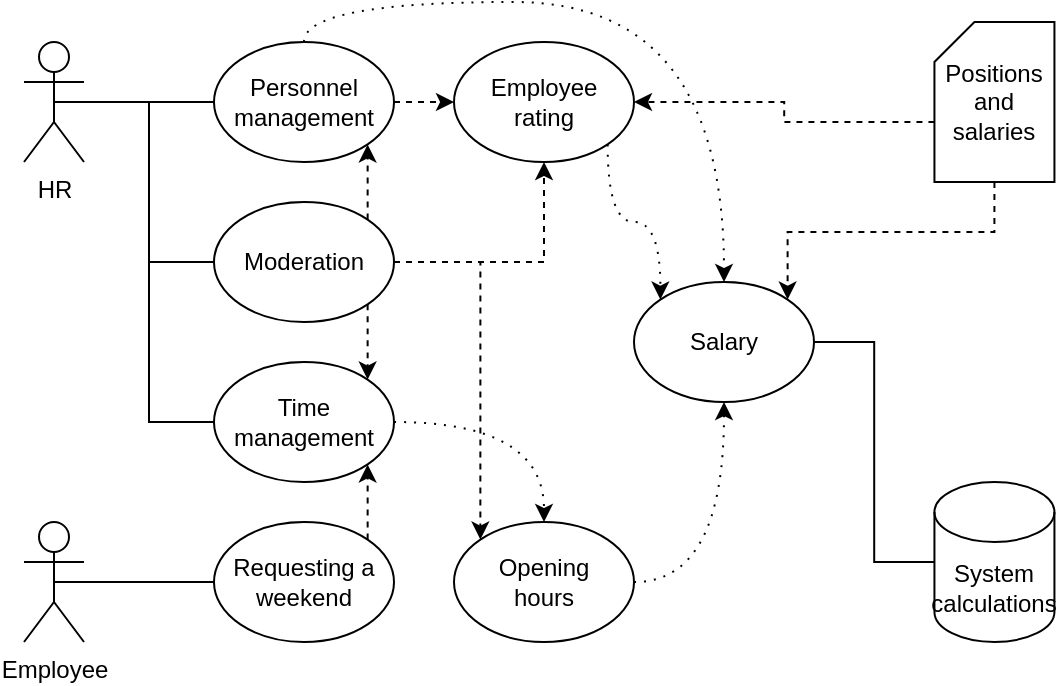
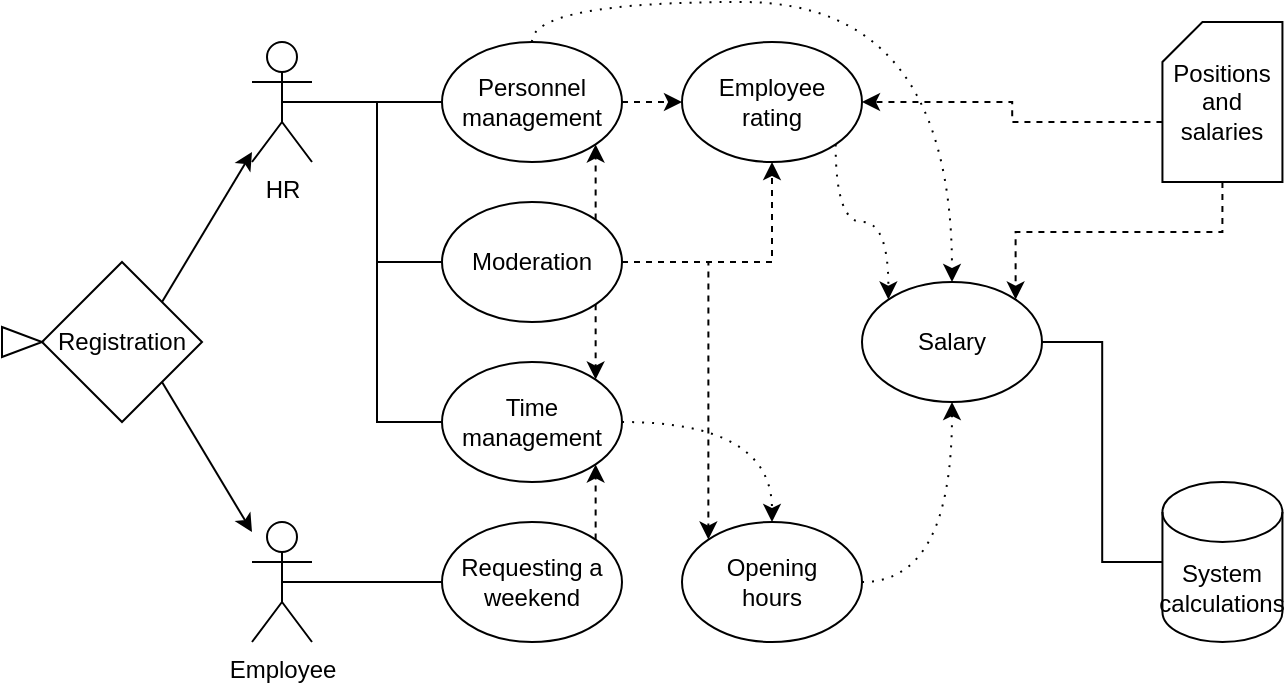
<mxfile host="app.diagrams.net">
  <diagram name="Страница-1" id="4PorLWuK8ms9UQ5BCzpe">
    <mxGraphModel dx="2034" dy="1131" grid="1" gridSize="10" guides="1" tooltips="1" connect="1" arrows="1" fold="1" page="1" pageScale="1" pageWidth="827" pageHeight="1169" math="0" shadow="0">
      <root>
        <mxCell id="0" />
        <mxCell id="1" parent="0" />
        <mxCell id="oMEOc6HIaAlqvmJyePlO-19" edge="1" parent="1" source="jfDDwJbVVPMw_e9_QkqK-4" style="edgeStyle=orthogonalEdgeStyle;rounded=0;orthogonalLoop=1;jettySize=auto;html=1;exitX=0;exitY=0.5;exitDx=0;exitDy=0;exitPerimeter=0;entryX=1;entryY=0.5;entryDx=0;entryDy=0;endArrow=none;endFill=0;" target="jfDDwJbVVPMw_e9_QkqK-87">
          <mxGeometry relative="1" as="geometry" />
        </mxCell>
        <mxCell id="jfDDwJbVVPMw_e9_QkqK-4" parent="1" style="shape=cylinder3;whiteSpace=wrap;html=1;boundedLbl=1;backgroundOutline=1;size=15;" value="System calculations" vertex="1">
          <mxGeometry height="80" width="60" x="640.22" y="360" as="geometry" />
        </mxCell>
        <mxCell id="oMEOc6HIaAlqvmJyePlO-85" edge="1" parent="1" source="jfDDwJbVVPMw_e9_QkqK-5" style="edgeStyle=orthogonalEdgeStyle;rounded=0;orthogonalLoop=1;jettySize=auto;html=1;exitX=0;exitY=0;exitDx=0;exitDy=50;exitPerimeter=0;entryX=1;entryY=0.5;entryDx=0;entryDy=0;dashed=1;" target="jfDDwJbVVPMw_e9_QkqK-85">
          <mxGeometry relative="1" as="geometry" />
        </mxCell>
        <mxCell id="oMEOc6HIaAlqvmJyePlO-86" edge="1" parent="1" source="jfDDwJbVVPMw_e9_QkqK-5" style="edgeStyle=orthogonalEdgeStyle;rounded=0;orthogonalLoop=1;jettySize=auto;html=1;exitX=0.5;exitY=1;exitDx=0;exitDy=0;exitPerimeter=0;entryX=1;entryY=0;entryDx=0;entryDy=0;dashed=1;" target="jfDDwJbVVPMw_e9_QkqK-87">
          <mxGeometry relative="1" as="geometry" />
        </mxCell>
        <mxCell id="jfDDwJbVVPMw_e9_QkqK-5" parent="1" style="shape=card;whiteSpace=wrap;html=1;size=20;" value="Positions and salaries" vertex="1">
          <mxGeometry height="80" width="60" x="640.22" y="130" as="geometry" />
        </mxCell>
        <mxCell id="oMEOc6HIaAlqvmJyePlO-22" edge="1" parent="1" source="jfDDwJbVVPMw_e9_QkqK-49" style="edgeStyle=orthogonalEdgeStyle;rounded=0;orthogonalLoop=1;jettySize=auto;html=1;exitX=1;exitY=0.5;exitDx=0;exitDy=0;entryX=0;entryY=0.5;entryDx=0;entryDy=0;dashed=1;" target="jfDDwJbVVPMw_e9_QkqK-85">
          <mxGeometry relative="1" as="geometry" />
        </mxCell>
        <mxCell id="oMEOc6HIaAlqvmJyePlO-88" edge="1" parent="1" source="jfDDwJbVVPMw_e9_QkqK-49" style="edgeStyle=orthogonalEdgeStyle;rounded=0;orthogonalLoop=1;jettySize=auto;html=1;exitX=0.5;exitY=0;exitDx=0;exitDy=0;entryX=0.5;entryY=0;entryDx=0;entryDy=0;dashed=1;dashPattern=1 4;curved=1;" target="jfDDwJbVVPMw_e9_QkqK-87">
          <mxGeometry relative="1" as="geometry" />
        </mxCell>
        <mxCell id="jfDDwJbVVPMw_e9_QkqK-49" parent="1" style="ellipse;whiteSpace=wrap;html=1;" value="Personnel management" vertex="1">
          <mxGeometry height="60" width="90" x="280" y="140" as="geometry" />
        </mxCell>
        <mxCell id="oMEOc6HIaAlqvmJyePlO-11" edge="1" parent="1" source="jfDDwJbVVPMw_e9_QkqK-61" style="edgeStyle=orthogonalEdgeStyle;rounded=0;orthogonalLoop=1;jettySize=auto;html=1;exitX=1;exitY=0;exitDx=0;exitDy=0;entryX=1;entryY=1;entryDx=0;entryDy=0;dashed=1;" target="jfDDwJbVVPMw_e9_QkqK-78">
          <mxGeometry relative="1" as="geometry" />
        </mxCell>
        <mxCell id="jfDDwJbVVPMw_e9_QkqK-61" parent="1" style="ellipse;whiteSpace=wrap;html=1;" value="Requesting a weekend" vertex="1">
          <mxGeometry height="60" width="90" x="280" y="380" as="geometry" />
        </mxCell>
        <mxCell id="oMEOc6HIaAlqvmJyePlO-12" edge="1" parent="1" source="jfDDwJbVVPMw_e9_QkqK-62" style="edgeStyle=orthogonalEdgeStyle;rounded=0;orthogonalLoop=1;jettySize=auto;html=1;exitX=1;exitY=1;exitDx=0;exitDy=0;entryX=1;entryY=0;entryDx=0;entryDy=0;curved=1;dashed=1;" target="jfDDwJbVVPMw_e9_QkqK-78">
          <mxGeometry relative="1" as="geometry" />
        </mxCell>
        <mxCell id="oMEOc6HIaAlqvmJyePlO-14" edge="1" parent="1" source="jfDDwJbVVPMw_e9_QkqK-62" style="edgeStyle=orthogonalEdgeStyle;rounded=0;orthogonalLoop=1;jettySize=auto;html=1;exitX=1;exitY=0;exitDx=0;exitDy=0;entryX=1;entryY=1;entryDx=0;entryDy=0;dashed=1;" target="jfDDwJbVVPMw_e9_QkqK-49">
          <mxGeometry relative="1" as="geometry" />
        </mxCell>
        <mxCell id="oMEOc6HIaAlqvmJyePlO-80" edge="1" parent="1" source="jfDDwJbVVPMw_e9_QkqK-62" style="edgeStyle=orthogonalEdgeStyle;rounded=0;orthogonalLoop=1;jettySize=auto;html=1;exitX=1;exitY=0.5;exitDx=0;exitDy=0;entryX=0.5;entryY=1;entryDx=0;entryDy=0;dashed=1;" target="jfDDwJbVVPMw_e9_QkqK-85">
          <mxGeometry relative="1" as="geometry" />
        </mxCell>
        <mxCell id="oMEOc6HIaAlqvmJyePlO-81" edge="1" parent="1" source="jfDDwJbVVPMw_e9_QkqK-62" style="edgeStyle=orthogonalEdgeStyle;rounded=0;orthogonalLoop=1;jettySize=auto;html=1;exitX=1;exitY=0.5;exitDx=0;exitDy=0;entryX=0;entryY=0;entryDx=0;entryDy=0;dashed=1;" target="jfDDwJbVVPMw_e9_QkqK-88">
          <mxGeometry relative="1" as="geometry" />
        </mxCell>
        <mxCell id="jfDDwJbVVPMw_e9_QkqK-62" parent="1" style="ellipse;whiteSpace=wrap;html=1;" value="Moderation" vertex="1">
          <mxGeometry height="60" width="90" x="280" y="220" as="geometry" />
        </mxCell>
        <mxCell id="oMEOc6HIaAlqvmJyePlO-16" edge="1" parent="1" source="jfDDwJbVVPMw_e9_QkqK-1" style="edgeStyle=orthogonalEdgeStyle;rounded=0;orthogonalLoop=1;jettySize=auto;html=1;exitX=0.5;exitY=0.5;exitDx=0;exitDy=0;exitPerimeter=0;entryX=0;entryY=0.5;entryDx=0;entryDy=0;endArrow=none;endFill=0;" target="jfDDwJbVVPMw_e9_QkqK-49">
          <mxGeometry relative="1" as="geometry" />
        </mxCell>
        <mxCell id="oMEOc6HIaAlqvmJyePlO-17" edge="1" parent="1" source="jfDDwJbVVPMw_e9_QkqK-1" style="edgeStyle=orthogonalEdgeStyle;rounded=0;orthogonalLoop=1;jettySize=auto;html=1;exitX=0.5;exitY=0.5;exitDx=0;exitDy=0;exitPerimeter=0;entryX=0;entryY=0.5;entryDx=0;entryDy=0;endArrow=none;endFill=0;" target="jfDDwJbVVPMw_e9_QkqK-62">
          <mxGeometry relative="1" as="geometry" />
        </mxCell>
        <mxCell id="oMEOc6HIaAlqvmJyePlO-18" edge="1" parent="1" source="jfDDwJbVVPMw_e9_QkqK-1" style="edgeStyle=orthogonalEdgeStyle;rounded=0;orthogonalLoop=1;jettySize=auto;html=1;exitX=0.5;exitY=0.5;exitDx=0;exitDy=0;exitPerimeter=0;entryX=0;entryY=0.5;entryDx=0;entryDy=0;endArrow=none;endFill=0;" target="jfDDwJbVVPMw_e9_QkqK-78">
          <mxGeometry relative="1" as="geometry" />
        </mxCell>
        <mxCell id="jfDDwJbVVPMw_e9_QkqK-1" parent="1" style="shape=umlActor;verticalLabelPosition=bottom;verticalAlign=top;html=1;outlineConnect=0;" value="HR" vertex="1">
          <mxGeometry height="60" width="30" x="185" y="140" as="geometry" />
        </mxCell>
        <mxCell id="oMEOc6HIaAlqvmJyePlO-15" edge="1" parent="1" source="jfDDwJbVVPMw_e9_QkqK-2" style="edgeStyle=orthogonalEdgeStyle;rounded=0;orthogonalLoop=1;jettySize=auto;html=1;exitX=0.5;exitY=0.5;exitDx=0;exitDy=0;exitPerimeter=0;entryX=0;entryY=0.5;entryDx=0;entryDy=0;endArrow=none;endFill=0;" target="jfDDwJbVVPMw_e9_QkqK-61">
          <mxGeometry relative="1" as="geometry" />
        </mxCell>
        <mxCell id="jfDDwJbVVPMw_e9_QkqK-2" parent="1" style="shape=umlActor;verticalLabelPosition=bottom;verticalAlign=top;html=1;outlineConnect=0;" value="Employee" vertex="1">
          <mxGeometry height="60" width="30" x="185" y="380" as="geometry" />
        </mxCell>
        <mxCell id="oMEOc6HIaAlqvmJyePlO-6" edge="1" parent="1" source="jfDDwJbVVPMw_e9_QkqK-78" style="edgeStyle=orthogonalEdgeStyle;rounded=0;orthogonalLoop=1;jettySize=auto;html=1;exitX=1;exitY=0.5;exitDx=0;exitDy=0;entryX=0.5;entryY=0;entryDx=0;entryDy=0;dashed=1;dashPattern=1 4;curved=1;" target="jfDDwJbVVPMw_e9_QkqK-88" value=" ">
          <mxGeometry relative="1" as="geometry" />
        </mxCell>
        <mxCell id="jfDDwJbVVPMw_e9_QkqK-78" parent="1" style="ellipse;whiteSpace=wrap;html=1;" value="Time management" vertex="1">
          <mxGeometry height="60" width="90" x="280" y="300" as="geometry" />
        </mxCell>
        <mxCell id="oMEOc6HIaAlqvmJyePlO-83" edge="1" parent="1" source="jfDDwJbVVPMw_e9_QkqK-85" style="edgeStyle=orthogonalEdgeStyle;rounded=0;orthogonalLoop=1;jettySize=auto;html=1;exitX=1;exitY=1;exitDx=0;exitDy=0;entryX=0;entryY=0;entryDx=0;entryDy=0;dashed=1;dashPattern=1 4;curved=1;" target="jfDDwJbVVPMw_e9_QkqK-87">
          <mxGeometry relative="1" as="geometry" />
        </mxCell>
        <mxCell id="jfDDwJbVVPMw_e9_QkqK-85" parent="1" style="ellipse;whiteSpace=wrap;html=1;" value="Employee&lt;div&gt;rating&lt;/div&gt;" vertex="1">
          <mxGeometry height="60" width="90" x="400" y="140" as="geometry" />
        </mxCell>
        <mxCell id="jfDDwJbVVPMw_e9_QkqK-87" parent="1" style="ellipse;whiteSpace=wrap;html=1;" value="&lt;span class=&quot;YPkS7KbdpWfGdYKd3QB9&quot; data-src-align=&quot;22:8&quot; style=&quot;white-space: pre-wrap;&quot;&gt;Salary&lt;/span&gt;" vertex="1">
          <mxGeometry height="60" width="90" x="490" y="260" as="geometry" />
        </mxCell>
        <mxCell id="oMEOc6HIaAlqvmJyePlO-9" edge="1" parent="1" source="jfDDwJbVVPMw_e9_QkqK-88" style="edgeStyle=orthogonalEdgeStyle;rounded=0;orthogonalLoop=1;jettySize=auto;html=1;exitX=1;exitY=0.5;exitDx=0;exitDy=0;entryX=0.5;entryY=1;entryDx=0;entryDy=0;dashed=1;dashPattern=1 4;curved=1;" target="jfDDwJbVVPMw_e9_QkqK-87">
          <mxGeometry relative="1" as="geometry" />
        </mxCell>
        <mxCell id="jfDDwJbVVPMw_e9_QkqK-88" parent="1" style="ellipse;whiteSpace=wrap;html=1;" value="Opening&lt;div&gt;hours&lt;/div&gt;" vertex="1">
          <mxGeometry height="60" width="90" x="400" y="380" as="geometry" />
        </mxCell>
+         <mxCell id="oMEOc6HIaAlqvmJyePlO-148" edge="1" parent="1" source="oMEOc6HIaAlqvmJyePlO-146" style="rounded=0;orthogonalLoop=1;jettySize=auto;html=1;exitX=1;exitY=1;exitDx=0;exitDy=0;shape=pipe;" target="jfDDwJbVVPMw_e9_QkqK-2">
+           <mxGeometry relative="1" as="geometry" />
+         </mxCell>
+         <mxCell id="oMEOc6HIaAlqvmJyePlO-146" parent="1" style="rhombus;whiteSpace=wrap;html=1;" value="Registration" vertex="1">
+           <mxGeometry height="80" width="80" x="80" y="250" as="geometry" />
+         </mxCell>
+         <mxCell id="oMEOc6HIaAlqvmJyePlO-147" edge="1" parent="1" source="oMEOc6HIaAlqvmJyePlO-146" style="rounded=0;orthogonalLoop=1;jettySize=auto;html=1;exitX=1;exitY=0;exitDx=0;exitDy=0;shape=pipe;" target="jfDDwJbVVPMw_e9_QkqK-1">
+           <mxGeometry relative="1" as="geometry" />
+         </mxCell>
+         <mxCell id="oMEOc6HIaAlqvmJyePlO-149" parent="1" style="triangle;whiteSpace=wrap;html=1;" value="" vertex="1">
+           <mxGeometry height="15" width="20" x="60" y="282.5" as="geometry" />
+         </mxCell>
      </root>
    </mxGraphModel>
  </diagram>
</mxfile>
